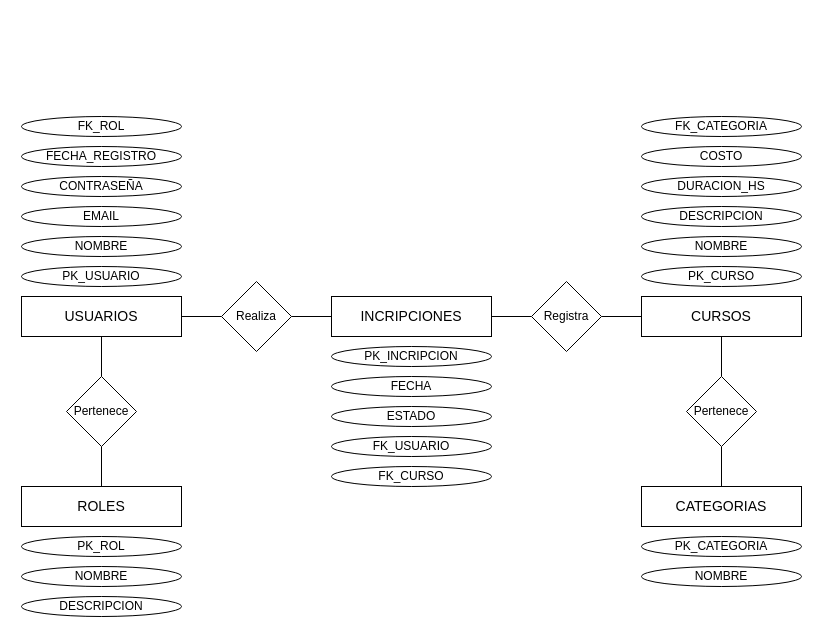
This is DER/WebCursosOnline.drawio from AlejoCera/Web-de-Cursos-Online, a draw.io file, before an edit. Source tidied: cells renumbered, new cells numbered last; positions are measured from the earlier drawing's top-left corner, leaving out a move shared by most shapes. Both pictures are drawn from the tidied source at 100%, with x=0, y=0 at pixel (21, 116).
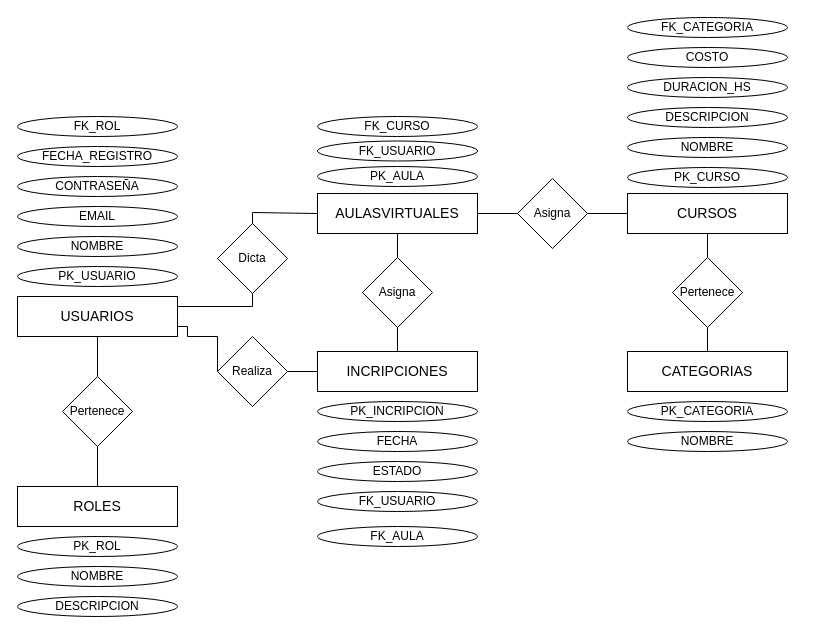
The same diagram, later.

Commit message:
Mejoras e integración de la 6ta tabla

The edit, as a diff of the source:
```diff
@@
     <mxCell id="2" value="&lt;font style=&quot;font-size: 14px;&quot;&gt;USUARIOS&lt;/font&gt;" style="rounded=0;whiteSpace=wrap;html=1;" parent="1" vertex="1">
-      <mxGeometry y="180" width="160" height="40" as="geometry" />
+      <mxGeometry x="-4" y="180" width="160" height="40" as="geometry" />
     </mxCell>
     <mxCell id="3" value="&lt;font style=&quot;font-size: 14px;&quot;&gt;CURSOS&lt;/font&gt;" style="rounded=0;whiteSpace=wrap;html=1;" parent="1" vertex="1">
-      <mxGeometry x="620" y="180" width="160" height="40" as="geometry" />
+      <mxGeometry x="606" y="77" width="160" height="40" as="geometry" />
     </mxCell>
     <mxCell id="4" value="&lt;font style=&quot;font-size: 14px;&quot;&gt;INCRIPCIONES&lt;/font&gt;" style="rounded=0;whiteSpace=wrap;html=1;" parent="1" vertex="1">
-      <mxGeometry x="310" y="180" width="160" height="40" as="geometry" />
+      <mxGeometry x="296" y="235" width="160" height="40" as="geometry" />
     </mxCell>
     <mxCell id="5" value="&lt;font style=&quot;font-size: 14px;&quot;&gt;CATEGORIAS&lt;/font&gt;" style="rounded=0;whiteSpace=wrap;html=1;" parent="1" vertex="1">
-      <mxGeometry x="620" y="370" width="160" height="40" as="geometry" />
+      <mxGeometry x="606" y="235" width="160" height="40" as="geometry" />
     </mxCell>
     <mxCell id="6" value="&lt;font style=&quot;font-size: 14px;&quot;&gt;ROLES&lt;/font&gt;" style="rounded=0;whiteSpace=wrap;html=1;" parent="1" vertex="1">
-      <mxGeometry y="370" width="160" height="40" as="geometry" />
+      <mxGeometry x="-4" y="370" width="160" height="40" as="geometry" />
     </mxCell>
     <mxCell id="7" value="PK_ROL" style="ellipse;whiteSpace=wrap;html=1;" parent="1" vertex="1">
-      <mxGeometry y="420" width="160" height="20" as="geometry" />
+      <mxGeometry x="-4" y="420" width="160" height="20" as="geometry" />
     </mxCell>
     <mxCell id="8" value="PK_USUARIO" style="ellipse;whiteSpace=wrap;html=1;" parent="1" vertex="1">
-      <mxGeometry y="150" width="160" height="20" as="geometry" />
+      <mxGeometry x="-4" y="150" width="160" height="20" as="geometry" />
     </mxCell>
     <mxCell id="9" value="PK_INCRIPCION" style="ellipse;whiteSpace=wrap;html=1;" parent="1" vertex="1">
-      <mxGeometry x="310" y="230" width="160" height="20" as="geometry" />
+      <mxGeometry x="296" y="285" width="160" height="20" as="geometry" />
     </mxCell>
     <mxCell id="10" value="PK_CURSO" style="ellipse;whiteSpace=wrap;html=1;" parent="1" vertex="1">
-      <mxGeometry x="620" y="150" width="160" height="20" as="geometry" />
+      <mxGeometry x="606" y="51" width="160" height="20" as="geometry" />
     </mxCell>
     <mxCell id="11" value="PK_CATEGORIA" style="ellipse;whiteSpace=wrap;html=1;" parent="1" vertex="1">
-      <mxGeometry x="620" y="420" width="160" height="20" as="geometry" />
+      <mxGeometry x="606" y="285" width="160" height="20" as="geometry" />
     </mxCell>
     <mxCell id="12" value="Pertenece" style="rhombus;whiteSpace=wrap;html=1;" parent="1" vertex="1">
-      <mxGeometry x="45" y="260" width="70" height="70" as="geometry" />
+      <mxGeometry x="41" y="260" width="70" height="70" as="geometry" />
     </mxCell>
@@
-    <mxCell id="15" style="endArrow=none;html=1;rounded=0;exitX=1;exitY=0.5;exitDx=0;exitDy=0;entryX=0;entryY=0.5;entryDx=0;entryDy=0;" parent="1" edge="1" source="2" target="21">
-      <mxGeometry relative="1" as="geometry" />
+    <mxCell id="15" style="endArrow=none;html=1;rounded=0;entryX=0;entryY=0.5;entryDx=0;entryDy=0;exitX=1;exitY=0.75;exitDx=0;exitDy=0;" parent="1" edge="1" source="2" target="21">
+      <mxGeometry relative="1" as="geometry">
+        <Array as="points">
+          <mxPoint x="166" y="210" />
+          <mxPoint x="166" y="220" />
+          <mxPoint x="196" y="220" />
+        </Array>
+      </mxGeometry>
     </mxCell>
@@
-    <mxCell id="17" style="endArrow=none;html=1;rounded=0;exitX=1;exitY=0.5;exitDx=0;exitDy=0;entryX=0;entryY=0.5;entryDx=0;entryDy=0;" parent="1" edge="1" source="4" target="22">
-      <mxGeometry relative="1" as="geometry" />
-    </mxCell>
-    <mxCell id="18" style="endArrow=none;html=1;rounded=0;entryX=0;entryY=0.5;entryDx=0;entryDy=0;exitX=1;exitY=0.5;exitDx=0;exitDy=0;" parent="1" edge="1" source="22" target="3">
-      <mxGeometry relative="1" as="geometry" />
-    </mxCell>
-    <mxCell id="19" style="endArrow=none;html=1;rounded=0;exitX=0.5;exitY=1;exitDx=0;exitDy=0;entryX=0.5;entryY=0;entryDx=0;entryDy=0;" parent="1" edge="1" source="3" target="23">
-      <mxGeometry relative="1" as="geometry" />
-    </mxCell>
-    <mxCell id="20" style="endArrow=none;html=1;rounded=0;exitX=0.5;exitY=0;exitDx=0;exitDy=0;entryX=0.5;entryY=1;entryDx=0;entryDy=0;" parent="1" edge="1" source="5" target="23">
-      <mxGeometry relative="1" as="geometry" />
-    </mxCell>
     <mxCell id="21" value="Realiza" style="rhombus;whiteSpace=wrap;html=1;" parent="1" vertex="1">
-      <mxGeometry x="200" y="165" width="70" height="70" as="geometry" />
+      <mxGeometry x="196" y="220" width="70" height="70" as="geometry" />
     </mxCell>
-    <mxCell id="22" value="Registra" style="rhombus;whiteSpace=wrap;html=1;" parent="1" vertex="1">
-      <mxGeometry x="510" y="165" width="70" height="70" as="geometry" />
-    </mxCell>
     <mxCell id="23" value="Pertenece" style="rhombus;whiteSpace=wrap;html=1;" parent="1" vertex="1">
-      <mxGeometry x="665" y="260" width="70" height="70" as="geometry" />
+      <mxGeometry x="651" y="141" width="70" height="70" as="geometry" />
     </mxCell>
     <mxCell id="24" value="NOMBRE" style="ellipse;whiteSpace=wrap;html=1;" parent="1" vertex="1">
-      <mxGeometry y="450" width="160" height="20" as="geometry" />
+      <mxGeometry x="-4" y="450" width="160" height="20" as="geometry" />
     </mxCell>
     <mxCell id="25" value="DESCRIPCION" style="ellipse;whiteSpace=wrap;html=1;" parent="1" vertex="1">
-      <mxGeometry y="480" width="160" height="20" as="geometry" />
+      <mxGeometry x="-4" y="480" width="160" height="20" as="geometry" />
     </mxCell>
     <mxCell id="26" value="NOMBRE" style="ellipse;whiteSpace=wrap;html=1;" parent="1" vertex="1">
-      <mxGeometry x="620" y="450" width="160" height="20" as="geometry" />
+      <mxGeometry x="606" y="315" width="160" height="20" as="geometry" />
     </mxCell>
     <mxCell id="27" value="ESTADO" style="ellipse;whiteSpace=wrap;html=1;" parent="1" vertex="1">
-      <mxGeometry x="310" y="290" width="160" height="20" as="geometry" />
+      <mxGeometry x="296" y="345" width="160" height="20" as="geometry" />
     </mxCell>
     <mxCell id="28" value="FECHA" style="ellipse;whiteSpace=wrap;html=1;" parent="1" vertex="1">
-      <mxGeometry x="310" y="260" width="160" height="20" as="geometry" />
+      <mxGeometry x="296" y="315" width="160" height="20" as="geometry" />
     </mxCell>
     <mxCell id="29" value="FK_USUARIO" style="ellipse;whiteSpace=wrap;html=1;" parent="1" vertex="1">
-      <mxGeometry x="310" y="320" width="160" height="20" as="geometry" />
+      <mxGeometry x="296" y="375" width="160" height="20" as="geometry" />
     </mxCell>
-    <mxCell id="30" value="FK_CURSO" style="ellipse;whiteSpace=wrap;html=1;" parent="1" vertex="1">
-      <mxGeometry x="310" y="350" width="160" height="20" as="geometry" />
-    </mxCell>
     <mxCell id="31" value="NOMBRE" style="ellipse;whiteSpace=wrap;html=1;" parent="1" vertex="1">
-      <mxGeometry x="620" y="120" width="160" height="20" as="geometry" />
+      <mxGeometry x="606" y="21" width="160" height="20" as="geometry" />
     </mxCell>
     <mxCell id="32" value="DESCRIPCION" style="ellipse;whiteSpace=wrap;html=1;" parent="1" vertex="1">
-      <mxGeometry x="620" y="90" width="160" height="20" as="geometry" />
+      <mxGeometry x="606" y="-9" width="160" height="20" as="geometry" />
     </mxCell>
     <mxCell id="33" value="DURACION_HS" style="ellipse;whiteSpace=wrap;html=1;" parent="1" vertex="1">
-      <mxGeometry x="620" y="60" width="160" height="20" as="geometry" />
+      <mxGeometry x="606" y="-39" width="160" height="20" as="geometry" />
     </mxCell>
     <mxCell id="34" value="COSTO" style="ellipse;whiteSpace=wrap;html=1;" parent="1" vertex="1">
-      <mxGeometry x="620" y="30" width="160" height="20" as="geometry" />
+      <mxGeometry x="606" y="-69" width="160" height="20" as="geometry" />
     </mxCell>
     <mxCell id="35" value="FK_CATEGORIA" style="ellipse;whiteSpace=wrap;html=1;" parent="1" vertex="1">
-      <mxGeometry x="620" width="160" height="20" as="geometry" />
+      <mxGeometry x="606" y="-99" width="160" height="20" as="geometry" />
     </mxCell>
     <mxCell id="36" value="NOMBRE" style="ellipse;whiteSpace=wrap;html=1;" parent="1" vertex="1">
-      <mxGeometry y="120" width="160" height="20" as="geometry" />
+      <mxGeometry x="-4" y="120" width="160" height="20" as="geometry" />
     </mxCell>
     <mxCell id="37" value="EMAIL" style="ellipse;whiteSpace=wrap;html=1;" parent="1" vertex="1">
-      <mxGeometry y="90" width="160" height="20" as="geometry" />
+      <mxGeometry x="-4" y="90" width="160" height="20" as="geometry" />
     </mxCell>
     <mxCell id="38" value="CONTRASEÑA" style="ellipse;whiteSpace=wrap;html=1;" parent="1" vertex="1">
-      <mxGeometry y="60" width="160" height="20" as="geometry" />
+      <mxGeometry x="-4" y="60" width="160" height="20" as="geometry" />
     </mxCell>
     <mxCell id="39" value="FECHA_REGISTRO" style="ellipse;whiteSpace=wrap;html=1;" parent="1" vertex="1">
-      <mxGeometry y="30" width="160" height="20" as="geometry" />
+      <mxGeometry x="-4" y="30" width="160" height="20" as="geometry" />
     </mxCell>
     <mxCell id="40" value="FK_ROL" style="ellipse;whiteSpace=wrap;html=1;" parent="1" vertex="1">
-      <mxGeometry width="160" height="20" as="geometry" />
+      <mxGeometry x="-4" width="160" height="20" as="geometry" />
     </mxCell>
+    <mxCell id="41" value="Dicta" style="rhombus;whiteSpace=wrap;html=1;" parent="1" vertex="1">
+      <mxGeometry x="196" y="107" width="70" height="70" as="geometry" />
+    </mxCell>
+    <mxCell id="42" style="endArrow=none;html=1;rounded=0;exitX=0.5;exitY=0;exitDx=0;exitDy=0;entryX=0;entryY=0.5;entryDx=0;entryDy=0;" parent="1" edge="1" source="41" target="45">
+      <mxGeometry relative="1" as="geometry">
+        <Array as="points">
+          <mxPoint x="231" y="96" />
+        </Array>
+      </mxGeometry>
+    </mxCell>
+    <mxCell id="43" style="endArrow=none;html=1;rounded=0;exitX=1;exitY=0.25;exitDx=0;exitDy=0;entryX=0.5;entryY=1;entryDx=0;entryDy=0;" parent="1" edge="1" source="2" target="41">
+      <mxGeometry relative="1" as="geometry">
+        <Array as="points">
+          <mxPoint x="231" y="190" />
+        </Array>
+      </mxGeometry>
+    </mxCell>
+    <mxCell id="44" value="FK_AULA" style="ellipse;whiteSpace=wrap;html=1;" parent="1" vertex="1">
+      <mxGeometry x="296" y="410" width="160" height="20" as="geometry" />
+    </mxCell>
+    <mxCell id="45" value="&lt;font style=&quot;font-size: 14px;&quot;&gt;AULASVIRTUALES&lt;/font&gt;" style="rounded=0;whiteSpace=wrap;html=1;" parent="1" vertex="1">
+      <mxGeometry x="296" y="77" width="160" height="40" as="geometry" />
+    </mxCell>
+    <mxCell id="46" value="Asigna" style="rhombus;whiteSpace=wrap;html=1;" parent="1" vertex="1">
+      <mxGeometry x="341" y="141" width="70" height="70" as="geometry" />
+    </mxCell>
+    <mxCell id="47" style="endArrow=none;html=1;rounded=0;exitX=0.5;exitY=1;exitDx=0;exitDy=0;entryX=0.5;entryY=0;entryDx=0;entryDy=0;" parent="1" edge="1" source="46" target="4">
+      <mxGeometry relative="1" as="geometry" />
+    </mxCell>
+    <mxCell id="48" style="endArrow=none;html=1;rounded=0;exitX=0.5;exitY=1;exitDx=0;exitDy=0;entryX=0.5;entryY=0;entryDx=0;entryDy=0;" parent="1" edge="1" source="45" target="46">
+      <mxGeometry relative="1" as="geometry" />
+    </mxCell>
+    <mxCell id="49" value="PK_AULA" style="ellipse;whiteSpace=wrap;html=1;" parent="1" vertex="1">
+      <mxGeometry x="296" y="50" width="160" height="20" as="geometry" />
+    </mxCell>
+    <mxCell id="50" value="FK_USUARIO" style="ellipse;whiteSpace=wrap;html=1;" parent="1" vertex="1">
+      <mxGeometry x="296" y="24.5" width="160" height="20" as="geometry" />
+    </mxCell>
+    <mxCell id="30" value="FK_CURSO" style="ellipse;whiteSpace=wrap;html=1;" parent="1" vertex="1">
+      <mxGeometry x="296" width="160" height="20" as="geometry" />
+    </mxCell>
+    <mxCell id="51" value="Asigna" style="rhombus;whiteSpace=wrap;html=1;" parent="1" vertex="1">
+      <mxGeometry x="496" y="62" width="70" height="70" as="geometry" />
+    </mxCell>
+    <mxCell id="52" style="endArrow=none;html=1;rounded=0;exitX=0;exitY=0.5;exitDx=0;exitDy=0;entryX=1;entryY=0.5;entryDx=0;entryDy=0;" parent="1" edge="1" source="51" target="45">
+      <mxGeometry relative="1" as="geometry" />
+    </mxCell>
+    <mxCell id="53" style="endArrow=none;html=1;rounded=0;exitX=1;exitY=0.5;exitDx=0;exitDy=0;entryX=0;entryY=0.5;entryDx=0;entryDy=0;" parent="1" edge="1" source="51" target="3">
+      <mxGeometry relative="1" as="geometry" />
+    </mxCell>
+    <mxCell id="19" style="endArrow=none;html=1;rounded=0;exitX=0.5;exitY=1;exitDx=0;exitDy=0;entryX=0.5;entryY=0;entryDx=0;entryDy=0;" parent="1" edge="1" source="3" target="23">
+      <mxGeometry relative="1" as="geometry" />
+    </mxCell>
+    <mxCell id="54" style="endArrow=none;html=1;rounded=0;exitX=0.5;exitY=1;exitDx=0;exitDy=0;entryX=0.5;entryY=0;entryDx=0;entryDy=0;" parent="1" edge="1" source="23" target="5">
+      <mxGeometry relative="1" as="geometry" />
+    </mxCell>
```
